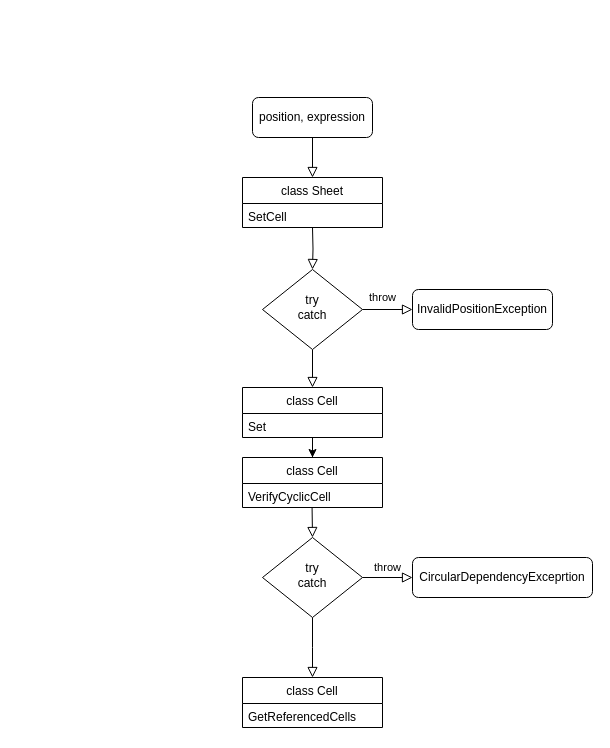
Above: cyclic_dependencies_1.drawio in mamonovartval/mamonovartval (draw.io), before the change. Source tidied: cells renumbered, new cells numbered last; positions are measured from the earlier drawing's top-left corner, leaving out a move shared by most shapes. Both pictures are drawn from the tidied source at 100%, with x=0, y=0 at pixel (242, 97).
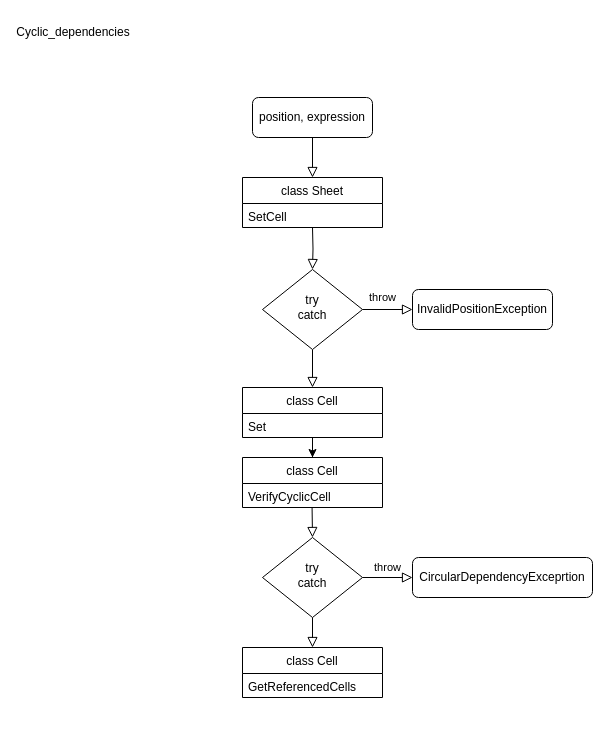
The same diagram, later.

The change refers to these unchanged cells:
```xml
<mxCell id="10" value="try&lt;br&gt;catch" style="rhombus;whiteSpace=wrap;html=1;shadow=0;fontFamily=Helvetica;fontSize=12;align=center;strokeWidth=1;spacing=6;spacingTop=-4;" parent="1" vertex="1">
  <mxGeometry x="20" y="440" width="100" height="80" as="geometry" />
</mxCell>
```

What changed in the source:
```diff
@@
-    <mxCell id="8" style="rounded=0;html=1;jettySize=auto;fontSize=11;endArrow=block;endFill=0;endSize=8;strokeWidth=1;shadow=0;labelBackgroundColor=none;edgeStyle=orthogonalEdgeStyle;" parent="1" edge="1" source="10">
-      <mxGeometry x="0.33" y="20" relative="1" as="geometry">
-        <mxPoint x="70" y="580" as="targetPoint" />
-      </mxGeometry>
+    <mxCell id="8" style="rounded=0;html=1;jettySize=auto;fontSize=11;endArrow=block;endFill=0;endSize=8;strokeWidth=1;shadow=0;labelBackgroundColor=none;edgeStyle=orthogonalEdgeStyle;entryX=0.5;entryY=0;entryDx=0;entryDy=0;" parent="1" edge="1" source="10" target="21">
+      <mxGeometry x="0.33" y="20" relative="1" as="geometry" />
     </mxCell>
@@
     <mxCell id="21" value="class Cell" style="swimlane;fontStyle=0;horizontal=1;startSize=26;fillColor=none;" parent="1" vertex="1">
-      <mxGeometry y="580" width="140" height="50" as="geometry" />
+      <mxGeometry y="550" width="140" height="50" as="geometry" />
     </mxCell>
@@
+    <mxCell id="23" value="Cyclic_dependencies" style="text;html=1;strokeColor=none;fillColor=none;align=center;verticalAlign=middle;whiteSpace=wrap;rounded=0;" parent="1" vertex="1">
+      <mxGeometry x="-199" y="-80" width="60" height="30" as="geometry" />
+    </mxCell>
```
